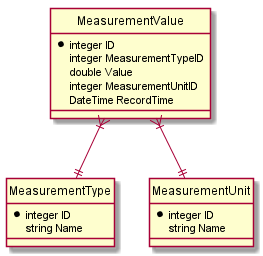
The PlantUML diagram Documentation/DataModel.png in ThirtySomething/Weatherstation, before a commit.
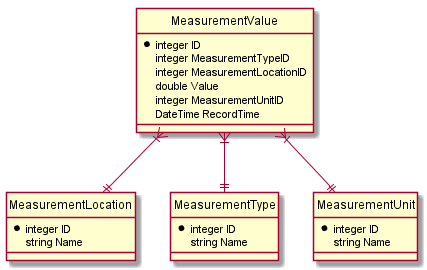
Above is the later version.

What changed in the source:
```diff
@@ -1,5 +1,11 @@
-@startuml Data model
+@startuml DataModel
 hide circle
+
+entity MeasurementLocation
+{
+    * integer ID
+    string Name
+}
 
 entity MeasurementType
 {
@@ -17,6 +23,7 @@
 {
     * integer ID
     integer MeasurementTypeID
+    integer MeasurementLocationID
     double Value
     integer MeasurementUnitID
     DateTime RecordTime
@@ -24,5 +31,6 @@
 
 MeasurementValue }|--|| MeasurementType
 MeasurementValue }|--|| MeasurementUnit
+MeasurementValue }|--|| MeasurementLocation
 
 @enduml
```
